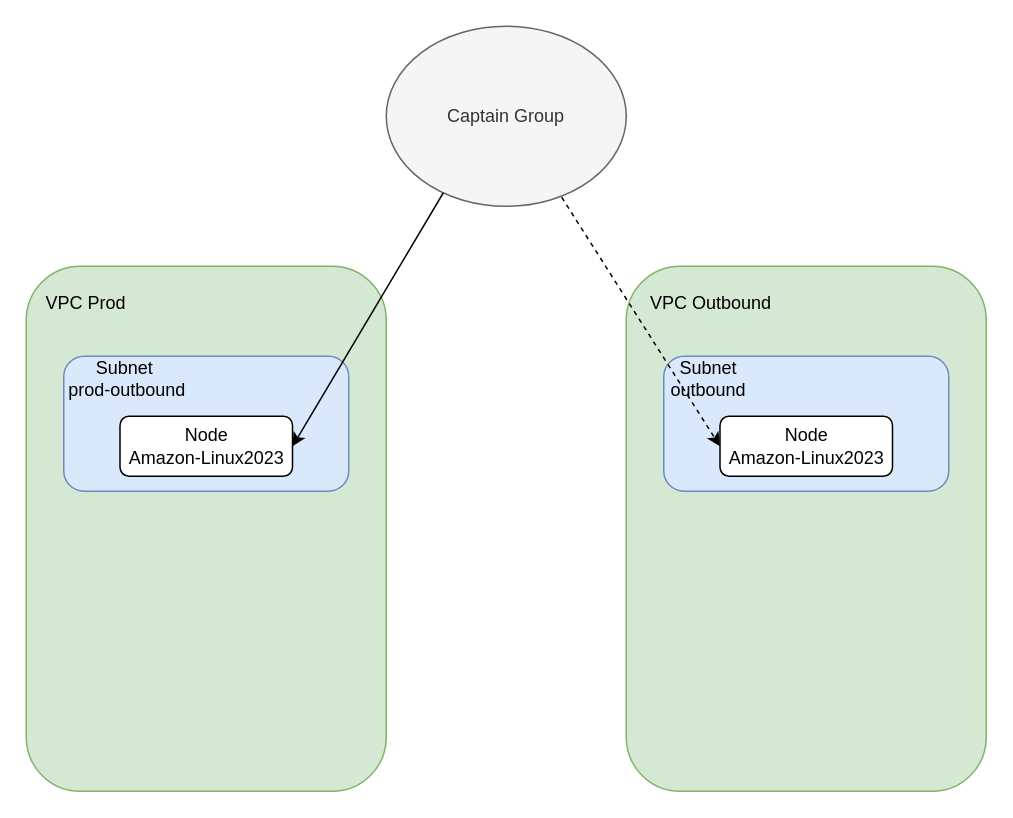
The draw.io diagram fra-aws-outbound-transformation.drawio in YanshanSong/draw.io, before the edit. Source tidied: cells renumbered, new cells numbered last; positions are measured from the earlier drawing's top-left corner, leaving out a move shared by most shapes. Both pictures are drawn from the tidied source at 150%, with x=0, y=0 at pixel (26, 26).
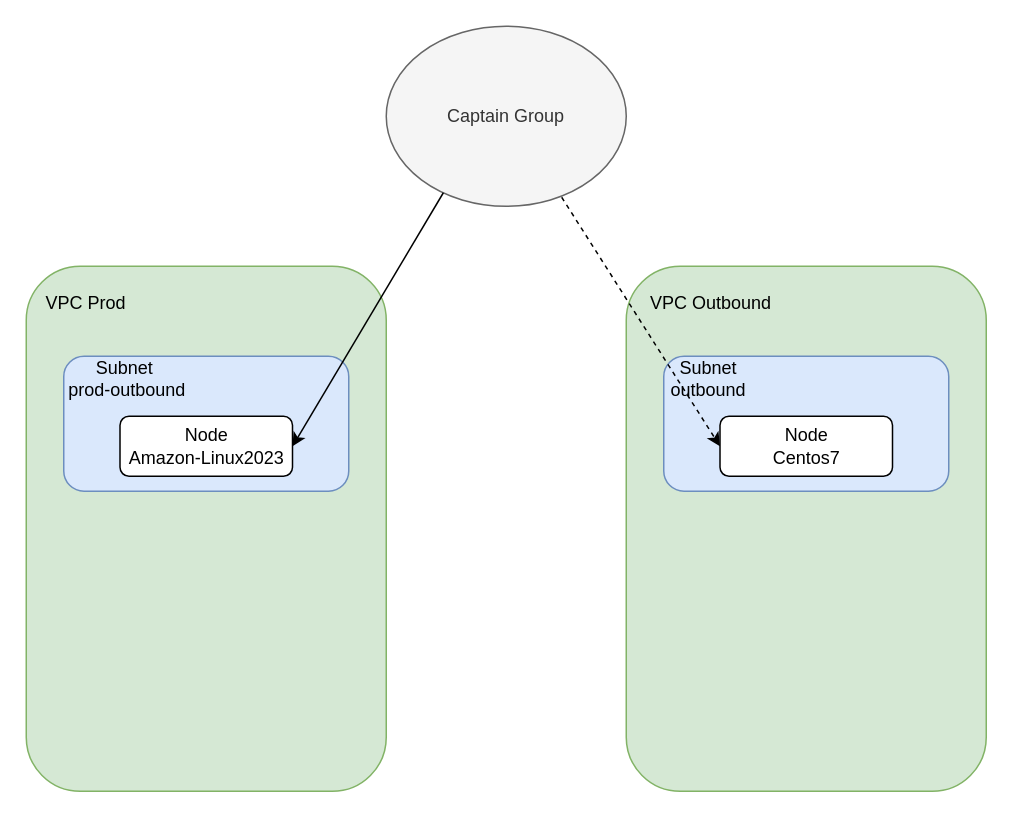
The same diagram, later.

What changed in the source:
```diff
@@
 <mxGraphModel>
   <root>
     <mxCell id="0" />
     <mxCell id="1" parent="0" />
     <mxCell id="2" value="Captain Group" style="ellipse;whiteSpace=wrap;html=1;fillColor=#f5f5f5;strokeColor=#666666;fontColor=#333333;" parent="1" vertex="1">
       <mxGeometry x="240" width="160" height="120" as="geometry" />
     </mxCell>
     <mxCell id="3" style="rounded=1;whiteSpace=wrap;html=1;fillColor=#d5e8d4;strokeColor=#82b366;" parent="1" vertex="1">
       <mxGeometry y="160" width="240" height="350" as="geometry" />
     </mxCell>
     <mxCell id="4" style="rounded=1;whiteSpace=wrap;html=1;fillColor=#d5e8d4;strokeColor=#82b366;" parent="1" vertex="1">
       <mxGeometry x="400" y="160" width="240" height="350" as="geometry" />
     </mxCell>
     <mxCell id="5" style="rounded=1;whiteSpace=wrap;html=1;fillColor=#dae8fc;strokeColor=#6c8ebf;" parent="1" vertex="1">
       <mxGeometry x="25" y="220" width="190" height="90" as="geometry" />
     </mxCell>
     <mxCell id="6" style="rounded=1;whiteSpace=wrap;html=1;fillColor=#dae8fc;strokeColor=#6c8ebf;" parent="1" vertex="1">
       <mxGeometry x="425" y="220" width="190" height="90" as="geometry" />
     </mxCell>
     <mxCell id="7" value="VPC Prod" style="text;html=1;align=center;verticalAlign=middle;whiteSpace=wrap;rounded=0;" parent="1" vertex="1">
       <mxGeometry x="10" y="170" width="60" height="30" as="geometry" />
     </mxCell>
     <mxCell id="8" value="&amp;nbsp;VPC Outbound" style="text;html=1;align=center;verticalAlign=middle;whiteSpace=wrap;rounded=0;" parent="1" vertex="1">
       <mxGeometry x="410" y="170" width="90" height="30" as="geometry" />
     </mxCell>
     <mxCell id="9" value="Subnet&amp;nbsp;&lt;div&gt;prod-outbound&lt;/div&gt;" style="text;html=1;align=center;verticalAlign=middle;whiteSpace=wrap;rounded=0;" parent="1" vertex="1">
       <mxGeometry x="25" y="220" width="85" height="30" as="geometry" />
     </mxCell>
     <mxCell id="10" value="Subnet&lt;div&gt;outbound&lt;/div&gt;" style="text;html=1;align=center;verticalAlign=middle;whiteSpace=wrap;rounded=0;" parent="1" vertex="1">
       <mxGeometry x="425" y="220" width="60" height="30" as="geometry" />
     </mxCell>
     <mxCell id="11" value="Node&lt;div&gt;Amazon-Linux2023&lt;/div&gt;" style="rounded=1;whiteSpace=wrap;html=1;" parent="1" vertex="1">
       <mxGeometry x="62.5" y="260" width="115" height="40" as="geometry" />
     </mxCell>
-    <mxCell id="12" value="Node&lt;div&gt;Amazon-Linux2023&lt;/div&gt;" style="rounded=1;whiteSpace=wrap;html=1;" parent="1" vertex="1">
+    <mxCell id="12" value="Node&lt;div&gt;Centos7&lt;/div&gt;" style="rounded=1;whiteSpace=wrap;html=1;" parent="1" vertex="1">
       <mxGeometry x="462.5" y="260" width="115" height="40" as="geometry" />
     </mxCell>
     <mxCell id="13" style="endArrow=classic;html=1;rounded=0;exitX=0.731;exitY=0.95;exitDx=0;exitDy=0;exitPerimeter=0;entryX=0;entryY=0.5;entryDx=0;entryDy=0;dashed=1;" parent="1" edge="1" source="2" target="12">
       <mxGeometry relative="1" as="geometry" />
     </mxCell>
     <mxCell id="14" style="endArrow=classic;html=1;rounded=0;exitX=0.238;exitY=0.925;exitDx=0;exitDy=0;entryX=1;entryY=0.5;entryDx=0;entryDy=0;exitPerimeter=0;" parent="1" edge="1" source="2" target="11">
       <mxGeometry relative="1" as="geometry" />
     </mxCell>
   </root>
 </mxGraphModel>
```
